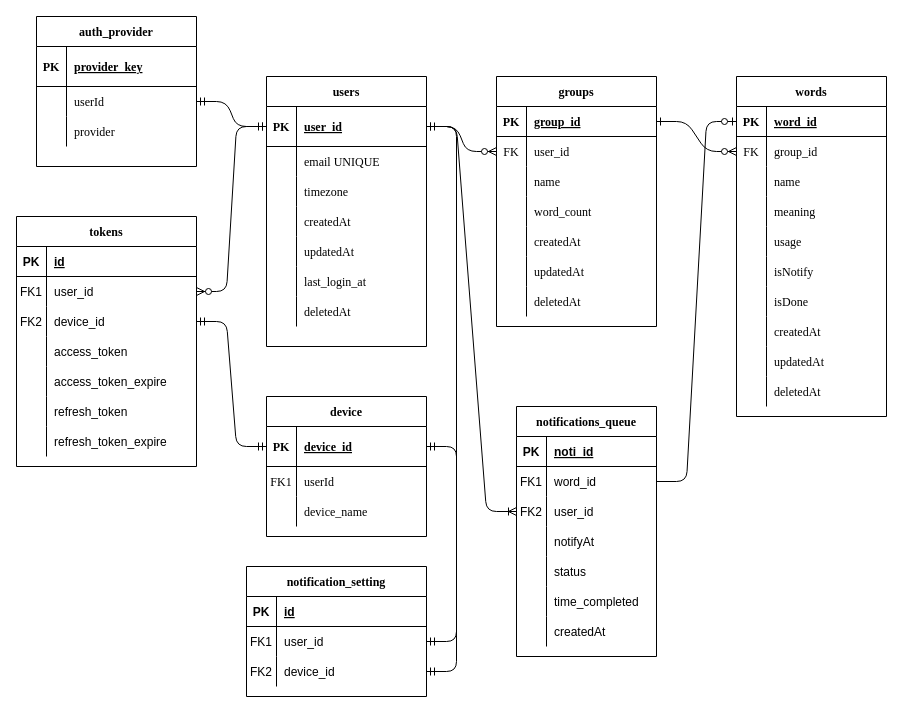
Above: page "Page-1" (1 of 2) of schema.drawio in stay7/oneway-server (draw.io), before the change. Source tidied: cells renumbered, new cells numbered last; positions are measured from the earlier drawing's top-left corner, leaving out a move shared by most shapes. Both pictures are drawn from the tidied source at 100%, with x=0, y=0 at pixel (16, 16).
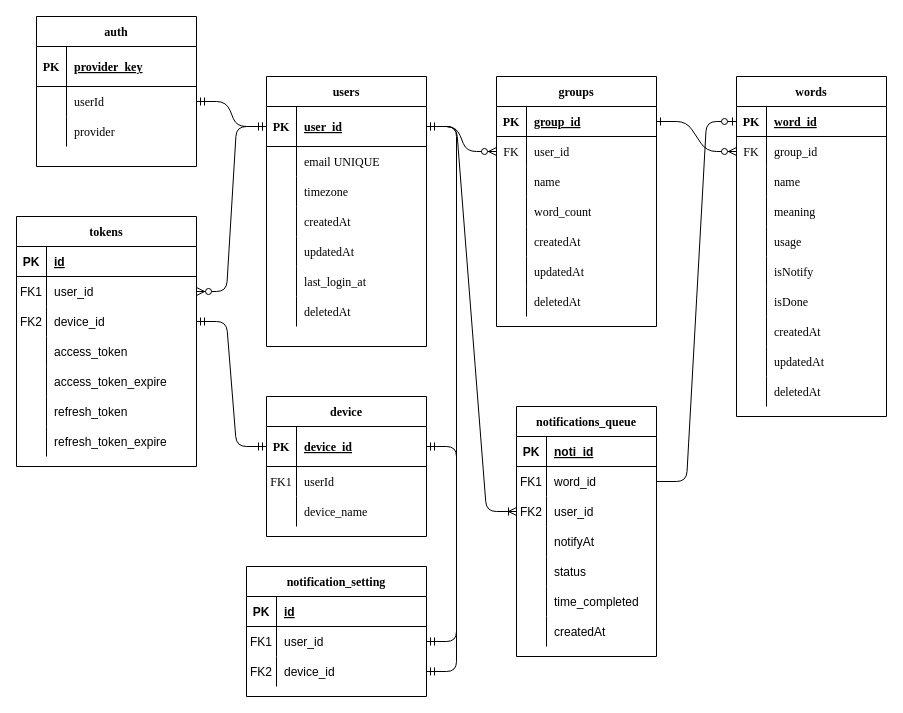
The same page after the edit.

What changed in the source:
```diff
@@
-    <mxCell id="103" value="auth_provider" style="shape=table;startSize=30;childLayout=tableLayout;rowLines=0;fontStyle=1;align=center;fontFamily=Garamond;" parent="1" vertex="1">
+    <mxCell id="103" value="auth" style="shape=table;startSize=30;childLayout=tableLayout;rowLines=0;fontStyle=1;align=center;fontFamily=Garamond;" parent="1" vertex="1">
       <mxGeometry x="20" width="160" height="150" as="geometry" />
     </mxCell>
```
